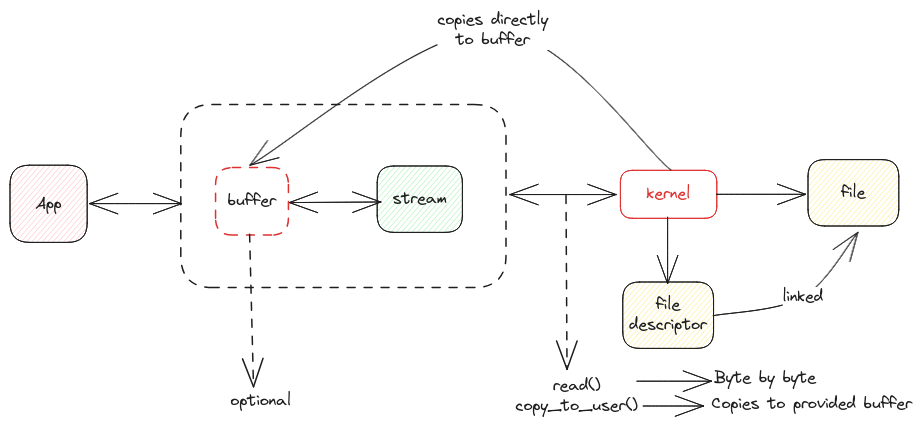
Before: static/img/file-stream-buffer.excalidraw.png, a diagram exported from Excalidraw (swaroopar/inprogress-engineer). Source tidied: one line per element, renumbered; positions are measured from the earlier drawing's top-left corner, leaving out a move shared by most shapes.
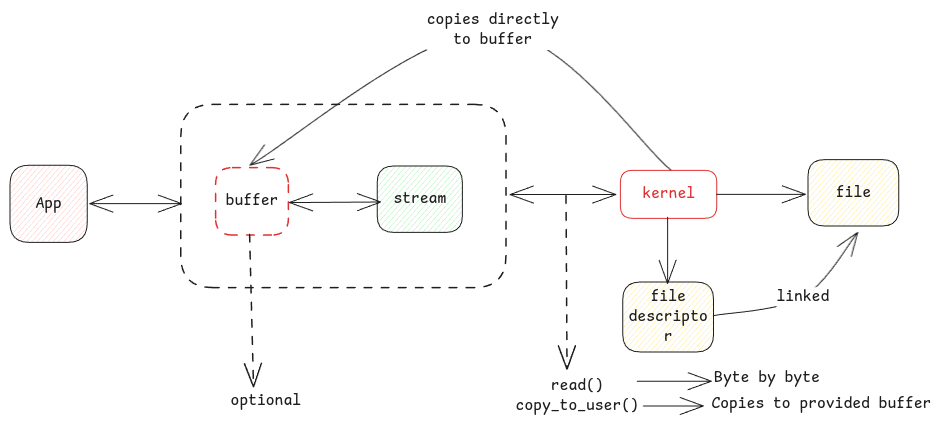
Above is the later version.

Change to the diagram source:
```diff
@@ -1,30 +1,30 @@
 {"id": 0, "type": "rectangle", "strokeColor": "#1e1e1e", "backgroundColor": "#ffec99", "fillStyle": "hachure", "strokeWidth": 1, "roughness": 0, "round": true, "x": 798, "y": 150, "width": 91, "height": 66}
-{"id": 1, "type": "text", "text": "file", "strokeColor": "#1e1e1e", "strokeWidth": 2, "roughness": 1, "fontSize": 16, "fontFamily": 1, "textAlign": "center", "verticalAlign": "middle", "inside": 0, "x": 831, "y": 173, "width": 24, "height": 20}
+{"id": 1, "type": "text", "text": "file", "strokeColor": "#1e1e1e", "strokeWidth": 2, "roughness": 1, "fontSize": 16, "fontFamily": 8, "textAlign": "center", "verticalAlign": "middle", "inside": 0, "x": 826, "y": 173, "width": 35, "height": 20}
 {"id": 2, "type": "rectangle", "strokeColor": "#1e1e1e", "backgroundColor": "#b2f2bb", "fillStyle": "hachure", "strokeWidth": 1, "roughness": 0, "round": true, "x": 367, "y": 156, "width": 85, "height": 66}
-{"id": 3, "type": "text", "text": "stream", "strokeColor": "#1e1e1e", "strokeWidth": 2, "roughness": 1, "fontSize": 16, "fontFamily": 1, "textAlign": "center", "verticalAlign": "middle", "inside": 2, "x": 383, "y": 179, "width": 54, "height": 20}
+{"id": 3, "type": "text", "text": "stream", "strokeColor": "#1e1e1e", "strokeWidth": 2, "roughness": 1, "fontSize": 16, "fontFamily": 8, "textAlign": "center", "verticalAlign": "middle", "inside": 2, "x": 383, "y": 179, "width": 53, "height": 20}
 {"id": 4, "type": "rectangle", "strokeColor": "#e03131", "strokeWidth": 1, "strokeStyle": "dashed", "roughness": 0, "round": true, "x": 206, "y": 158, "width": 73, "height": 67}
-{"id": 5, "type": "text", "text": "buffer", "strokeColor": "#1e1e1e", "strokeWidth": 2, "roughness": 1, "fontSize": 16, "fontFamily": 1, "textAlign": "center", "verticalAlign": "middle", "inside": 4, "x": 218, "y": 181, "width": 48, "height": 20}
+{"id": 5, "type": "text", "text": "buffer", "strokeColor": "#1e1e1e", "strokeWidth": 2, "roughness": 1, "fontSize": 16, "fontFamily": 8, "textAlign": "center", "verticalAlign": "middle", "inside": 4, "x": 216, "y": 181, "width": 53, "height": 20}
 {"id": 6, "type": "rectangle", "strokeColor": "#1e1e1e", "backgroundColor": "#ffc9c9", "fillStyle": "hachure", "strokeWidth": 1, "roughness": 0, "round": true, "x": 0, "y": 155, "width": 77, "height": 77}
-{"id": 7, "type": "text", "text": "App", "strokeColor": "#1e1e1e", "strokeWidth": 2, "roughness": 1, "fontSize": 16, "fontFamily": 1, "textAlign": "center", "verticalAlign": "middle", "inside": 6, "x": 25, "y": 184, "width": 26, "height": 20}
+{"id": 7, "type": "text", "text": "App", "strokeColor": "#1e1e1e", "strokeWidth": 2, "roughness": 1, "fontSize": 16, "fontFamily": 8, "textAlign": "center", "verticalAlign": "middle", "inside": 6, "x": 25, "y": 184, "width": 26, "height": 20}
 {"id": 8, "type": "arrow", "strokeColor": "#1e1e1e", "strokeWidth": 1, "roughness": 0, "startArrowhead": "arrow", "endArrowhead": "arrow", "round": true, "x": 80, "y": 194, "width": 92, "height": 0, "points": [[0, 0], [92, 0]]}
 {"id": 9, "type": "arrow", "strokeColor": "#1e1e1e", "strokeWidth": 1, "roughness": 0, "startArrowhead": "arrow", "endArrowhead": "arrow", "round": true, "from": 4, "x": 279, "y": 193, "width": 91, "height": 1, "points": [[0, 0], [91, -1]]}
 {"id": 10, "type": "arrow", "strokeColor": "#1e1e1e", "strokeWidth": 1, "roughness": 0, "startArrowhead": "arrow", "endArrowhead": "arrow", "round": true, "from": 13, "to": 14, "x": 500, "y": 185, "width": 106, "height": 0, "points": [[0, 0], [106, 0]]}
 {"id": 11, "type": "arrow", "strokeColor": "#1e1e1e", "strokeWidth": 1, "strokeStyle": "dashed", "roughness": 0, "endArrowhead": "arrow", "round": true, "to": 12, "x": 240, "y": 224, "width": 4, "height": 153, "points": [[0, 0], [4, 153]]}
-{"id": 12, "type": "text", "text": "optional", "strokeColor": "#1e1e1e", "strokeWidth": 1, "strokeStyle": "dashed", "roughness": 0, "fontSize": 16, "fontFamily": 1, "x": 221, "y": 381, "width": 61, "height": 20}
+{"id": 12, "type": "text", "text": "optional", "strokeColor": "#1e1e1e", "strokeWidth": 1, "strokeStyle": "dashed", "roughness": 0, "fontSize": 16, "fontFamily": 8, "x": 221, "y": 381, "width": 70, "height": 20}
 {"id": 13, "type": "rectangle", "strokeColor": "#1e1e1e", "strokeWidth": 1, "strokeStyle": "dashed", "roughness": 0, "round": true, "x": 171, "y": 94, "width": 325, "height": 183}
 {"id": 14, "type": "rectangle", "strokeColor": "#e03131", "strokeWidth": 1, "roughness": 0, "round": true, "x": 610, "y": 160, "width": 96, "height": 48}
-{"id": 15, "type": "text", "text": "kernel", "strokeColor": "#e03131", "strokeWidth": 1, "roughness": 1, "fontSize": 16, "fontFamily": 1, "textAlign": "center", "verticalAlign": "middle", "inside": 14, "x": 637, "y": 174, "width": 44, "height": 20}
+{"id": 15, "type": "text", "text": "kernel", "strokeColor": "#e03131", "strokeWidth": 1, "roughness": 1, "fontSize": 16, "fontFamily": 8, "textAlign": "center", "verticalAlign": "middle", "inside": 14, "x": 632, "y": 174, "width": 53, "height": 20}
 {"id": 16, "type": "arrow", "strokeColor": "#1e1e1e", "strokeWidth": 1, "roughness": 0, "endArrowhead": "arrow", "round": true, "x": 706, "y": 184, "width": 89, "height": 0, "points": [[0, 0], [89, 0]]}
 {"id": 17, "type": "arrow", "strokeColor": "#1e1e1e", "strokeWidth": 1, "roughness": 0, "endArrowhead": "arrow", "round": true, "from": 14, "to": 4, "x": 661, "y": 160, "width": 421, "height": 140, "points": [[0, 0], [-178, -140], [-421, -5]]}
-{"id": 18, "type": "text", "text": "copies directly\nto buffer", "strokeColor": "#1e1e1e", "strokeWidth": 1, "roughness": 0, "fontSize": 16, "fontFamily": 1, "textAlign": "center", "verticalAlign": "middle", "inside": 17, "x": 427, "y": 0, "width": 111, "height": 40}
+{"id": 18, "type": "text", "text": "copies directly\nto buffer", "strokeColor": "#1e1e1e", "strokeWidth": 1, "roughness": 0, "fontSize": 16, "fontFamily": 8, "textAlign": "center", "verticalAlign": "middle", "inside": 17, "x": 417, "y": 0, "width": 132, "height": 40}
-{"id": 19, "type": "rectangle", "strokeColor": "#1e1e1e", "backgroundColor": "#ffec99", "fillStyle": "hachure", "strokeWidth": 1, "roughness": 0, "round": true, "x": 613, "y": 272, "width": 91, "height": 66}
+{"id": 19, "type": "rectangle", "strokeColor": "#1e1e1e", "backgroundColor": "#ffec99", "fillStyle": "hachure", "strokeWidth": 1, "roughness": 0, "round": true, "x": 613, "y": 272, "width": 91, "height": 70}
-{"id": 20, "type": "text", "text": "file\ndescriptor", "strokeColor": "#1e1e1e", "strokeWidth": 2, "roughness": 1, "fontSize": 16, "fontFamily": 1, "textAlign": "center", "verticalAlign": "middle", "inside": 19, "x": 619, "y": 285, "width": 78, "height": 40}
+{"id": 20, "type": "text", "text": "file\ndescripto\nr", "strokeColor": "#1e1e1e", "strokeWidth": 2, "roughness": 1, "fontSize": 16, "fontFamily": 8, "textAlign": "center", "verticalAlign": "middle", "inside": 19, "x": 619, "y": 277, "width": 79, "height": 60}
 {"id": 21, "type": "arrow", "strokeColor": "#1e1e1e", "strokeWidth": 1, "roughness": 0, "endArrowhead": "arrow", "round": true, "x": 658, "y": 207, "width": 0, "height": 66, "points": [[0, 0], [0, 66]]}
 {"id": 22, "type": "arrow", "strokeColor": "#1e1e1e", "strokeWidth": 1, "roughness": 0, "endArrowhead": "arrow", "round": true, "from": 19, "to": 0, "x": 704, "y": 306, "width": 144, "height": 83, "points": [[0, 0], [89, -18], [144, -83]]}
-{"id": 23, "type": "text", "text": "linked", "strokeColor": "#1e1e1e", "strokeWidth": 1, "roughness": 0, "fontSize": 16, "fontFamily": 1, "textAlign": "center", "verticalAlign": "middle", "inside": 22, "x": 772, "y": 277, "width": 41, "height": 20}
+{"id": 23, "type": "text", "text": "linked", "strokeColor": "#1e1e1e", "strokeWidth": 1, "roughness": 0, "fontSize": 16, "fontFamily": 8, "textAlign": "center", "verticalAlign": "middle", "inside": 22, "x": 766, "y": 277, "width": 53, "height": 20}
-{"id": 24, "type": "text", "text": "read()\ncopy_to_user()", "strokeColor": "#1e1e1e", "strokeWidth": 1, "roughness": 0, "fontSize": 16, "fontFamily": 1, "textAlign": "center", "x": 506, "y": 366, "width": 122, "height": 40}
+{"id": 24, "type": "text", "text": "read()\ncopy_to_user()", "strokeColor": "#1e1e1e", "strokeWidth": 1, "roughness": 0, "fontSize": 16, "fontFamily": 8, "textAlign": "center", "x": 506, "y": 366, "width": 123, "height": 40}
 {"id": 25, "type": "arrow", "strokeColor": "#1e1e1e", "strokeWidth": 1, "strokeStyle": "dashed", "roughness": 0, "endArrowhead": "arrow", "round": true, "to": 24, "x": 556, "y": 186, "width": 1, "height": 174, "points": [[0, 0], [1, 174]]}
 {"id": 26, "type": "arrow", "strokeColor": "#1e1e1e", "strokeWidth": 1, "roughness": 0, "endArrowhead": "arrow", "round": true, "to": 29, "x": 627, "y": 371, "width": 74, "height": 0, "points": [[0, 0], [74, 0]]}
-{"id": 27, "type": "text", "text": "Byte by byte", "strokeColor": "#1e1e1e", "strokeWidth": 1, "strokeStyle": "dashed", "roughness": 0, "fontSize": 16, "fontFamily": 1, "textAlign": "center", "x": 704, "y": 358, "width": 102, "height": 20}
+{"id": 27, "type": "text", "text": "Byte by byte", "strokeColor": "#1e1e1e", "strokeWidth": 1, "strokeStyle": "dashed", "roughness": 0, "fontSize": 16, "fontFamily": 8, "textAlign": "center", "x": 704, "y": 358, "width": 106, "height": 20}
 {"id": 28, "type": "arrow", "strokeColor": "#1e1e1e", "strokeWidth": 1, "roughness": 0, "endArrowhead": "arrow", "round": true, "to": 29, "x": 633, "y": 396, "width": 60, "height": 0, "points": [[0, 0], [60, 0]]}
-{"id": 29, "type": "text", "text": "Copies to provided buffer", "strokeColor": "#1e1e1e", "strokeWidth": 1, "strokeStyle": "dashed", "roughness": 0, "fontSize": 16, "fontFamily": 1, "textAlign": "center", "x": 701, "y": 384, "width": 201, "height": 20}
+{"id": 29, "type": "text", "text": "Copies to provided buffer", "strokeColor": "#1e1e1e", "strokeWidth": 1, "strokeStyle": "dashed", "roughness": 0, "fontSize": 16, "fontFamily": 8, "textAlign": "center", "x": 701, "y": 384, "width": 220, "height": 20}
```
